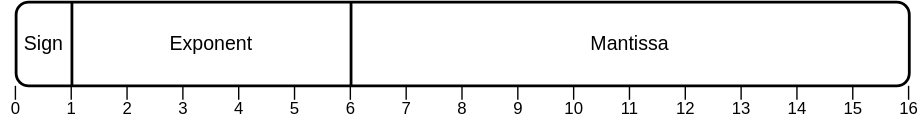
Earlier version of the draw.io export assets/float16.svg (data-niklas/master_thesis). Source tidied: cells renumbered, new cells last; positions are measured from the earlier drawing's top-left corner, leaving out a move shared by most shapes.
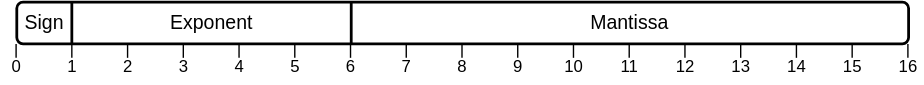
Above is the later version.

The edit, as a diff of the source:
```diff
@@ -3,180 +3,180 @@
     <mxCell id="0" />
     <mxCell id="1" parent="0" />
     <mxCell id="2" style="rounded=1;whiteSpace=wrap;html=1;fillColor=default;strokeWidth=2;" parent="1" vertex="1">
-      <mxGeometry x="10" width="640" height="60" as="geometry" />
+      <mxGeometry x="10" y="30" width="640" height="30" as="geometry" />
     </mxCell>
     <mxCell id="3" style="endArrow=none;html=1;rounded=0;strokeWidth=2;" parent="1" edge="1">
       <mxGeometry relative="1" as="geometry">
-        <mxPoint x="50" y="60" as="sourcePoint" />
-        <mxPoint x="50" as="targetPoint" />
+        <mxPoint x="250" y="60" as="sourcePoint" />
+        <mxPoint x="250" y="30" as="targetPoint" />
       </mxGeometry>
     </mxCell>
-    <mxCell id="4" style="endArrow=none;html=1;rounded=0;strokeWidth=2;" parent="1" edge="1">
-      <mxGeometry relative="1" as="geometry">
-        <mxPoint x="250" y="60" as="sourcePoint" />
-        <mxPoint x="250" as="targetPoint" />
-      </mxGeometry>
+    <mxCell id="4" value="1" style="text;html=1;align=center;verticalAlign=middle;whiteSpace=wrap;rounded=0;spacingTop=3;" parent="1" vertex="1">
+      <mxGeometry x="40" y="60" width="20" height="30" as="geometry" />
     </mxCell>
-    <mxCell id="5" value="1" style="text;html=1;align=center;verticalAlign=middle;whiteSpace=wrap;rounded=0;spacingTop=3;" parent="1" vertex="1">
-      <mxGeometry x="40" y="60" width="20" height="30" as="geometry" />
+    <mxCell id="5" style="endArrow=none;html=1;rounded=0;strokeWidth=1;" parent="1" edge="1">
+      <mxGeometry relative="1" as="geometry">
+        <mxPoint x="49.5" y="70" as="sourcePoint" />
+        <mxPoint x="49.5" y="60" as="targetPoint" />
+      </mxGeometry>
     </mxCell>
-    <mxCell id="6" style="endArrow=none;html=1;rounded=0;strokeWidth=1;" parent="1" edge="1">
-      <mxGeometry relative="1" as="geometry">
-        <mxPoint x="49.5" y="70" as="sourcePoint" />
-        <mxPoint x="49.5" y="60" as="targetPoint" />
-      </mxGeometry>
+    <mxCell id="6" value="2" style="text;html=1;align=center;verticalAlign=middle;whiteSpace=wrap;rounded=0;spacingTop=3;" parent="1" vertex="1">
+      <mxGeometry x="80" y="60" width="20" height="30" as="geometry" />
     </mxCell>
-    <mxCell id="7" value="2" style="text;html=1;align=center;verticalAlign=middle;whiteSpace=wrap;rounded=0;spacingTop=3;" parent="1" vertex="1">
-      <mxGeometry x="80" y="60" width="20" height="30" as="geometry" />
+    <mxCell id="7" style="endArrow=none;html=1;rounded=0;strokeWidth=1;" parent="1" edge="1">
+      <mxGeometry relative="1" as="geometry">
+        <mxPoint x="89.5" y="70" as="sourcePoint" />
+        <mxPoint x="89.5" y="60" as="targetPoint" />
+      </mxGeometry>
     </mxCell>
-    <mxCell id="8" style="endArrow=none;html=1;rounded=0;strokeWidth=1;" parent="1" edge="1">
-      <mxGeometry relative="1" as="geometry">
-        <mxPoint x="89.5" y="70" as="sourcePoint" />
-        <mxPoint x="89.5" y="60" as="targetPoint" />
-      </mxGeometry>
+    <mxCell id="8" value="3" style="text;html=1;align=center;verticalAlign=middle;whiteSpace=wrap;rounded=0;spacingTop=3;" parent="1" vertex="1">
+      <mxGeometry x="120" y="60" width="20" height="30" as="geometry" />
     </mxCell>
-    <mxCell id="9" value="3" style="text;html=1;align=center;verticalAlign=middle;whiteSpace=wrap;rounded=0;spacingTop=3;" parent="1" vertex="1">
-      <mxGeometry x="120" y="60" width="20" height="30" as="geometry" />
+    <mxCell id="9" style="endArrow=none;html=1;rounded=0;strokeWidth=1;" parent="1" edge="1">
+      <mxGeometry relative="1" as="geometry">
+        <mxPoint x="129.5" y="70" as="sourcePoint" />
+        <mxPoint x="129.5" y="60" as="targetPoint" />
+      </mxGeometry>
     </mxCell>
-    <mxCell id="10" style="endArrow=none;html=1;rounded=0;strokeWidth=1;" parent="1" edge="1">
-      <mxGeometry relative="1" as="geometry">
-        <mxPoint x="129.5" y="70" as="sourcePoint" />
-        <mxPoint x="129.5" y="60" as="targetPoint" />
-      </mxGeometry>
+    <mxCell id="10" value="4" style="text;html=1;align=center;verticalAlign=middle;whiteSpace=wrap;rounded=0;spacingTop=3;" parent="1" vertex="1">
+      <mxGeometry x="160" y="60" width="20" height="30" as="geometry" />
     </mxCell>
-    <mxCell id="11" value="4" style="text;html=1;align=center;verticalAlign=middle;whiteSpace=wrap;rounded=0;spacingTop=3;" parent="1" vertex="1">
-      <mxGeometry x="160" y="60" width="20" height="30" as="geometry" />
+    <mxCell id="11" style="endArrow=none;html=1;rounded=0;strokeWidth=1;" parent="1" edge="1">
+      <mxGeometry relative="1" as="geometry">
+        <mxPoint x="169.5" y="70" as="sourcePoint" />
+        <mxPoint x="169.5" y="60" as="targetPoint" />
+      </mxGeometry>
     </mxCell>
-    <mxCell id="12" style="endArrow=none;html=1;rounded=0;strokeWidth=1;" parent="1" edge="1">
-      <mxGeometry relative="1" as="geometry">
-        <mxPoint x="169.5" y="70" as="sourcePoint" />
-        <mxPoint x="169.5" y="60" as="targetPoint" />
-      </mxGeometry>
+    <mxCell id="12" value="5" style="text;html=1;align=center;verticalAlign=middle;whiteSpace=wrap;rounded=0;spacingTop=3;" parent="1" vertex="1">
+      <mxGeometry x="200" y="60" width="20" height="30" as="geometry" />
     </mxCell>
-    <mxCell id="13" value="5" style="text;html=1;align=center;verticalAlign=middle;whiteSpace=wrap;rounded=0;spacingTop=3;" parent="1" vertex="1">
-      <mxGeometry x="200" y="60" width="20" height="30" as="geometry" />
+    <mxCell id="13" style="endArrow=none;html=1;rounded=0;strokeWidth=1;" parent="1" edge="1">
+      <mxGeometry relative="1" as="geometry">
+        <mxPoint x="209.5" y="70" as="sourcePoint" />
+        <mxPoint x="209.5" y="60" as="targetPoint" />
+      </mxGeometry>
     </mxCell>
-    <mxCell id="14" style="endArrow=none;html=1;rounded=0;strokeWidth=1;" parent="1" edge="1">
-      <mxGeometry relative="1" as="geometry">
-        <mxPoint x="209.5" y="70" as="sourcePoint" />
-        <mxPoint x="209.5" y="60" as="targetPoint" />
-      </mxGeometry>
+    <mxCell id="14" value="6" style="text;html=1;align=center;verticalAlign=middle;whiteSpace=wrap;rounded=0;spacingTop=3;" parent="1" vertex="1">
+      <mxGeometry x="240" y="60" width="20" height="30" as="geometry" />
     </mxCell>
-    <mxCell id="15" value="6" style="text;html=1;align=center;verticalAlign=middle;whiteSpace=wrap;rounded=0;spacingTop=3;" parent="1" vertex="1">
-      <mxGeometry x="240" y="60" width="20" height="30" as="geometry" />
+    <mxCell id="15" style="endArrow=none;html=1;rounded=0;strokeWidth=1;" parent="1" edge="1">
+      <mxGeometry relative="1" as="geometry">
+        <mxPoint x="249.5" y="70" as="sourcePoint" />
+        <mxPoint x="249.5" y="60" as="targetPoint" />
+      </mxGeometry>
     </mxCell>
-    <mxCell id="16" style="endArrow=none;html=1;rounded=0;strokeWidth=1;" parent="1" edge="1">
-      <mxGeometry relative="1" as="geometry">
-        <mxPoint x="249.5" y="70" as="sourcePoint" />
-        <mxPoint x="249.5" y="60" as="targetPoint" />
-      </mxGeometry>
+    <mxCell id="16" value="7" style="text;html=1;align=center;verticalAlign=middle;whiteSpace=wrap;rounded=0;spacingTop=3;" parent="1" vertex="1">
+      <mxGeometry x="280" y="60" width="20" height="30" as="geometry" />
     </mxCell>
-    <mxCell id="17" value="7" style="text;html=1;align=center;verticalAlign=middle;whiteSpace=wrap;rounded=0;spacingTop=3;" parent="1" vertex="1">
-      <mxGeometry x="280" y="60" width="20" height="30" as="geometry" />
+    <mxCell id="17" style="endArrow=none;html=1;rounded=0;strokeWidth=1;" parent="1" edge="1">
+      <mxGeometry relative="1" as="geometry">
+        <mxPoint x="289.5" y="70" as="sourcePoint" />
+        <mxPoint x="289.5" y="60" as="targetPoint" />
+      </mxGeometry>
     </mxCell>
-    <mxCell id="18" style="endArrow=none;html=1;rounded=0;strokeWidth=1;" parent="1" edge="1">
-      <mxGeometry relative="1" as="geometry">
-        <mxPoint x="289.5" y="70" as="sourcePoint" />
-        <mxPoint x="289.5" y="60" as="targetPoint" />
-      </mxGeometry>
+    <mxCell id="18" value="8" style="text;html=1;align=center;verticalAlign=middle;whiteSpace=wrap;rounded=0;spacingTop=3;" parent="1" vertex="1">
+      <mxGeometry x="320" y="60" width="20" height="30" as="geometry" />
     </mxCell>
-    <mxCell id="19" value="8" style="text;html=1;align=center;verticalAlign=middle;whiteSpace=wrap;rounded=0;spacingTop=3;" parent="1" vertex="1">
-      <mxGeometry x="320" y="60" width="20" height="30" as="geometry" />
+    <mxCell id="19" style="endArrow=none;html=1;rounded=0;strokeWidth=1;" parent="1" edge="1">
+      <mxGeometry relative="1" as="geometry">
+        <mxPoint x="329.5" y="70" as="sourcePoint" />
+        <mxPoint x="329.5" y="60" as="targetPoint" />
+      </mxGeometry>
     </mxCell>
-    <mxCell id="20" style="endArrow=none;html=1;rounded=0;strokeWidth=1;" parent="1" edge="1">
-      <mxGeometry relative="1" as="geometry">
-        <mxPoint x="329.5" y="70" as="sourcePoint" />
-        <mxPoint x="329.5" y="60" as="targetPoint" />
-      </mxGeometry>
+    <mxCell id="20" value="9" style="text;html=1;align=center;verticalAlign=middle;whiteSpace=wrap;rounded=0;spacingTop=3;" parent="1" vertex="1">
+      <mxGeometry x="360" y="60" width="20" height="30" as="geometry" />
     </mxCell>
-    <mxCell id="21" value="9" style="text;html=1;align=center;verticalAlign=middle;whiteSpace=wrap;rounded=0;spacingTop=3;" parent="1" vertex="1">
-      <mxGeometry x="360" y="60" width="20" height="30" as="geometry" />
+    <mxCell id="21" style="endArrow=none;html=1;rounded=0;strokeWidth=1;" parent="1" edge="1">
+      <mxGeometry relative="1" as="geometry">
+        <mxPoint x="369.5" y="70" as="sourcePoint" />
+        <mxPoint x="369.5" y="60" as="targetPoint" />
+      </mxGeometry>
     </mxCell>
-    <mxCell id="22" style="endArrow=none;html=1;rounded=0;strokeWidth=1;" parent="1" edge="1">
-      <mxGeometry relative="1" as="geometry">
-        <mxPoint x="369.5" y="70" as="sourcePoint" />
-        <mxPoint x="369.5" y="60" as="targetPoint" />
-      </mxGeometry>
+    <mxCell id="22" value="10" style="text;html=1;align=center;verticalAlign=middle;whiteSpace=wrap;rounded=0;spacingTop=3;" parent="1" vertex="1">
+      <mxGeometry x="400" y="60" width="20" height="30" as="geometry" />
     </mxCell>
-    <mxCell id="23" value="10" style="text;html=1;align=center;verticalAlign=middle;whiteSpace=wrap;rounded=0;spacingTop=3;" parent="1" vertex="1">
-      <mxGeometry x="400" y="60" width="20" height="30" as="geometry" />
+    <mxCell id="23" style="endArrow=none;html=1;rounded=0;strokeWidth=1;" parent="1" edge="1">
+      <mxGeometry relative="1" as="geometry">
+        <mxPoint x="409.5" y="70" as="sourcePoint" />
+        <mxPoint x="409.5" y="60" as="targetPoint" />
+      </mxGeometry>
     </mxCell>
-    <mxCell id="24" style="endArrow=none;html=1;rounded=0;strokeWidth=1;" parent="1" edge="1">
-      <mxGeometry relative="1" as="geometry">
-        <mxPoint x="409.5" y="70" as="sourcePoint" />
-        <mxPoint x="409.5" y="60" as="targetPoint" />
-      </mxGeometry>
+    <mxCell id="24" value="11" style="text;html=1;align=center;verticalAlign=middle;whiteSpace=wrap;rounded=0;spacingTop=3;" parent="1" vertex="1">
+      <mxGeometry x="440" y="60" width="20" height="30" as="geometry" />
     </mxCell>
-    <mxCell id="25" value="11" style="text;html=1;align=center;verticalAlign=middle;whiteSpace=wrap;rounded=0;spacingTop=3;" parent="1" vertex="1">
-      <mxGeometry x="440" y="60" width="20" height="30" as="geometry" />
+    <mxCell id="25" style="endArrow=none;html=1;rounded=0;strokeWidth=1;" parent="1" edge="1">
+      <mxGeometry relative="1" as="geometry">
+        <mxPoint x="449.5" y="70" as="sourcePoint" />
+        <mxPoint x="449.5" y="60" as="targetPoint" />
+      </mxGeometry>
     </mxCell>
-    <mxCell id="26" style="endArrow=none;html=1;rounded=0;strokeWidth=1;" parent="1" edge="1">
-      <mxGeometry relative="1" as="geometry">
-        <mxPoint x="449.5" y="70" as="sourcePoint" />
-        <mxPoint x="449.5" y="60" as="targetPoint" />
-      </mxGeometry>
+    <mxCell id="26" value="12" style="text;html=1;align=center;verticalAlign=middle;whiteSpace=wrap;rounded=0;spacingTop=3;" parent="1" vertex="1">
+      <mxGeometry x="480" y="60" width="20" height="30" as="geometry" />
     </mxCell>
-    <mxCell id="27" value="12" style="text;html=1;align=center;verticalAlign=middle;whiteSpace=wrap;rounded=0;spacingTop=3;" parent="1" vertex="1">
-      <mxGeometry x="480" y="60" width="20" height="30" as="geometry" />
+    <mxCell id="27" style="endArrow=none;html=1;rounded=0;strokeWidth=1;" parent="1" edge="1">
+      <mxGeometry relative="1" as="geometry">
+        <mxPoint x="489.5" y="70" as="sourcePoint" />
+        <mxPoint x="489.5" y="60" as="targetPoint" />
+      </mxGeometry>
     </mxCell>
-    <mxCell id="28" style="endArrow=none;html=1;rounded=0;strokeWidth=1;" parent="1" edge="1">
-      <mxGeometry relative="1" as="geometry">
-        <mxPoint x="489.5" y="70" as="sourcePoint" />
-        <mxPoint x="489.5" y="60" as="targetPoint" />
-      </mxGeometry>
+    <mxCell id="28" value="13" style="text;html=1;align=center;verticalAlign=middle;whiteSpace=wrap;rounded=0;spacingTop=3;" parent="1" vertex="1">
+      <mxGeometry x="520" y="60" width="20" height="30" as="geometry" />
     </mxCell>
-    <mxCell id="29" value="13" style="text;html=1;align=center;verticalAlign=middle;whiteSpace=wrap;rounded=0;spacingTop=3;" parent="1" vertex="1">
-      <mxGeometry x="520" y="60" width="20" height="30" as="geometry" />
+    <mxCell id="29" style="endArrow=none;html=1;rounded=0;strokeWidth=1;" parent="1" edge="1">
+      <mxGeometry relative="1" as="geometry">
+        <mxPoint x="529.5" y="70" as="sourcePoint" />
+        <mxPoint x="529.5" y="60" as="targetPoint" />
+      </mxGeometry>
     </mxCell>
-    <mxCell id="30" style="endArrow=none;html=1;rounded=0;strokeWidth=1;" parent="1" edge="1">
-      <mxGeometry relative="1" as="geometry">
-        <mxPoint x="529.5" y="70" as="sourcePoint" />
-        <mxPoint x="529.5" y="60" as="targetPoint" />
-      </mxGeometry>
+    <mxCell id="30" value="14" style="text;html=1;align=center;verticalAlign=middle;whiteSpace=wrap;rounded=0;spacingTop=3;" parent="1" vertex="1">
+      <mxGeometry x="560" y="60" width="20" height="30" as="geometry" />
     </mxCell>
-    <mxCell id="31" value="14" style="text;html=1;align=center;verticalAlign=middle;whiteSpace=wrap;rounded=0;spacingTop=3;" parent="1" vertex="1">
-      <mxGeometry x="560" y="60" width="20" height="30" as="geometry" />
+    <mxCell id="31" style="endArrow=none;html=1;rounded=0;strokeWidth=1;" parent="1" edge="1">
+      <mxGeometry relative="1" as="geometry">
+        <mxPoint x="569.5" y="70" as="sourcePoint" />
+        <mxPoint x="569.5" y="60" as="targetPoint" />
+      </mxGeometry>
     </mxCell>
-    <mxCell id="32" style="endArrow=none;html=1;rounded=0;strokeWidth=1;" parent="1" edge="1">
-      <mxGeometry relative="1" as="geometry">
-        <mxPoint x="569.5" y="70" as="sourcePoint" />
-        <mxPoint x="569.5" y="60" as="targetPoint" />
-      </mxGeometry>
+    <mxCell id="32" value="15" style="text;html=1;align=center;verticalAlign=middle;whiteSpace=wrap;rounded=0;spacingTop=3;" parent="1" vertex="1">
+      <mxGeometry x="600" y="60" width="20" height="30" as="geometry" />
     </mxCell>
-    <mxCell id="33" value="15" style="text;html=1;align=center;verticalAlign=middle;whiteSpace=wrap;rounded=0;spacingTop=3;" parent="1" vertex="1">
-      <mxGeometry x="600" y="60" width="20" height="30" as="geometry" />
+    <mxCell id="33" style="endArrow=none;html=1;rounded=0;strokeWidth=1;" parent="1" edge="1">
+      <mxGeometry relative="1" as="geometry">
+        <mxPoint x="609.5" y="70" as="sourcePoint" />
+        <mxPoint x="609.5" y="60" as="targetPoint" />
+      </mxGeometry>
     </mxCell>
-    <mxCell id="34" style="endArrow=none;html=1;rounded=0;strokeWidth=1;" parent="1" edge="1">
-      <mxGeometry relative="1" as="geometry">
-        <mxPoint x="609.5" y="70" as="sourcePoint" />
-        <mxPoint x="609.5" y="60" as="targetPoint" />
-      </mxGeometry>
+    <mxCell id="34" value="16" style="text;html=1;align=center;verticalAlign=middle;whiteSpace=wrap;rounded=0;spacingTop=3;" parent="1" vertex="1">
+      <mxGeometry x="640" y="60" width="20" height="30" as="geometry" />
     </mxCell>
-    <mxCell id="35" value="16" style="text;html=1;align=center;verticalAlign=middle;whiteSpace=wrap;rounded=0;spacingTop=3;" parent="1" vertex="1">
-      <mxGeometry x="640" y="60" width="20" height="30" as="geometry" />
+    <mxCell id="35" style="endArrow=none;html=1;rounded=0;strokeWidth=1;" parent="1" edge="1">
+      <mxGeometry relative="1" as="geometry">
+        <mxPoint x="649.5" y="70" as="sourcePoint" />
+        <mxPoint x="649.5" y="60" as="targetPoint" />
+      </mxGeometry>
     </mxCell>
-    <mxCell id="36" style="endArrow=none;html=1;rounded=0;strokeWidth=1;" parent="1" edge="1">
-      <mxGeometry relative="1" as="geometry">
-        <mxPoint x="649.5" y="70" as="sourcePoint" />
-        <mxPoint x="649.5" y="60" as="targetPoint" />
-      </mxGeometry>
+    <mxCell id="36" value="Exponent" style="text;html=1;align=center;verticalAlign=middle;whiteSpace=wrap;rounded=0;fontSize=14;" parent="1" vertex="1">
+      <mxGeometry x="120" y="30" width="60" height="30" as="geometry" />
     </mxCell>
-    <mxCell id="37" value="Exponent" style="text;html=1;align=center;verticalAlign=middle;whiteSpace=wrap;rounded=0;fontSize=14;" parent="1" vertex="1">
-      <mxGeometry x="120" y="15" width="60" height="30" as="geometry" />
+    <mxCell id="37" value="Mantissa" style="text;html=1;align=center;verticalAlign=middle;whiteSpace=wrap;rounded=0;fontSize=14;" parent="1" vertex="1">
+      <mxGeometry x="420" y="30" width="60" height="30" as="geometry" />
     </mxCell>
-    <mxCell id="38" value="Mantissa" style="text;html=1;align=center;verticalAlign=middle;whiteSpace=wrap;rounded=0;fontSize=14;" parent="1" vertex="1">
-      <mxGeometry x="420" y="15" width="60" height="30" as="geometry" />
+    <mxCell id="38" value="Sign" style="text;html=1;align=center;verticalAlign=middle;whiteSpace=wrap;rounded=0;fontSize=14;" parent="1" vertex="1">
+      <mxGeometry y="30" width="60" height="30" as="geometry" />
     </mxCell>
-    <mxCell id="39" value="Sign" style="text;html=1;align=center;verticalAlign=middle;whiteSpace=wrap;rounded=0;fontSize=14;" parent="1" vertex="1">
-      <mxGeometry y="15" width="60" height="30" as="geometry" />
+    <mxCell id="39" value="0" style="text;html=1;align=center;verticalAlign=middle;whiteSpace=wrap;rounded=0;spacingTop=3;" parent="1" vertex="1">
+      <mxGeometry y="60" width="20" height="30" as="geometry" />
     </mxCell>
-    <mxCell id="40" value="0" style="text;html=1;align=center;verticalAlign=middle;whiteSpace=wrap;rounded=0;spacingTop=3;" parent="1" vertex="1">
-      <mxGeometry y="60" width="20" height="30" as="geometry" />
+    <mxCell id="40" style="endArrow=none;html=1;rounded=0;strokeWidth=1;" parent="1" edge="1">
+      <mxGeometry relative="1" as="geometry">
+        <mxPoint x="9.5" y="70" as="sourcePoint" />
+        <mxPoint x="9.5" y="60" as="targetPoint" />
+      </mxGeometry>
     </mxCell>
-    <mxCell id="41" style="endArrow=none;html=1;rounded=0;strokeWidth=1;" parent="1" edge="1">
+    <mxCell id="41" style="endArrow=none;html=1;rounded=0;strokeWidth=2;" parent="1" edge="1">
       <mxGeometry relative="1" as="geometry">
-        <mxPoint x="9.5" y="70" as="sourcePoint" />
-        <mxPoint x="9.5" y="60" as="targetPoint" />
+        <mxPoint x="49.5" y="60" as="sourcePoint" />
+        <mxPoint x="49.5" y="30" as="targetPoint" />
       </mxGeometry>
     </mxCell>
   </root>
```
